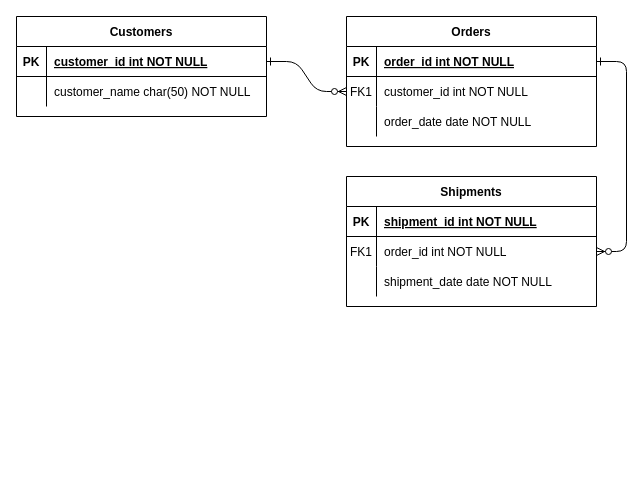
The draw.io diagram Untitled Diagram.drawio in Prince-Ahmed123/erd-test, before the edit. Source tidied: cells renumbered, new cells numbered last; positions are measured from the earlier drawing's top-left corner, leaving out a move shared by most shapes. Both pictures are drawn from the tidied source at 100%, with x=0, y=0 at pixel (16, 16).
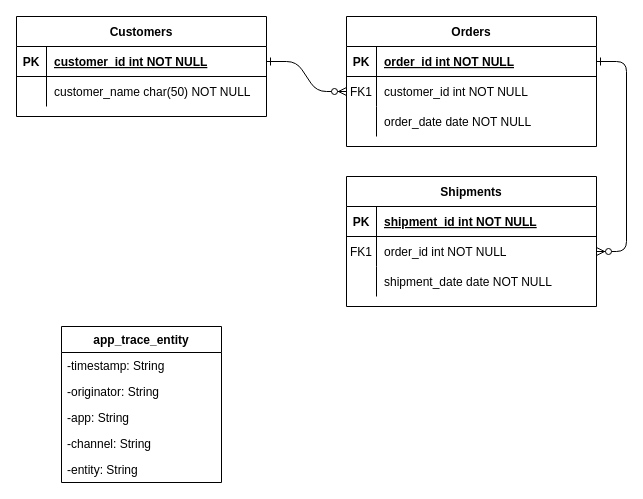
The same page after the edit.

What changed in the source:
```diff
@@
+    <mxCell id="31" value="app_trace_entity" style="swimlane;fontStyle=1;horizontal=1;startSize=26;" parent="1" vertex="1">
+      <mxGeometry x="45" y="310" width="160" height="156" as="geometry" />
+    </mxCell>
+    <mxCell id="32" value="-timestamp: String" style="text;strokeColor=none;fillColor=none;align=left;verticalAlign=top;spacingLeft=4;spacingRight=4;overflow=hidden;" parent="31" vertex="1">
+      <mxGeometry y="26" width="160" height="26" as="geometry" />
+    </mxCell>
+    <mxCell id="33" value="-originator: String" style="text;strokeColor=none;fillColor=none;align=left;verticalAlign=top;spacingLeft=4;spacingRight=4;overflow=hidden;" parent="31" vertex="1">
+      <mxGeometry y="52" width="160" height="26" as="geometry" />
+    </mxCell>
+    <mxCell id="34" value="-app: String" style="text;strokeColor=none;fillColor=none;align=left;verticalAlign=top;spacingLeft=4;spacingRight=4;overflow=hidden;" parent="31" vertex="1">
+      <mxGeometry y="78" width="160" height="26" as="geometry" />
+    </mxCell>
+    <mxCell id="35" value="-channel: String" style="text;strokeColor=none;fillColor=none;align=left;verticalAlign=top;spacingLeft=4;spacingRight=4;overflow=hidden;" parent="31" vertex="1">
+      <mxGeometry y="104" width="160" height="26" as="geometry" />
+    </mxCell>
+    <mxCell id="36" value="-entity: String" style="text;strokeColor=none;fillColor=none;align=left;verticalAlign=top;spacingLeft=4;spacingRight=4;overflow=hidden;" parent="31" vertex="1">
+      <mxGeometry y="130" width="160" height="26" as="geometry" />
+    </mxCell>
```
